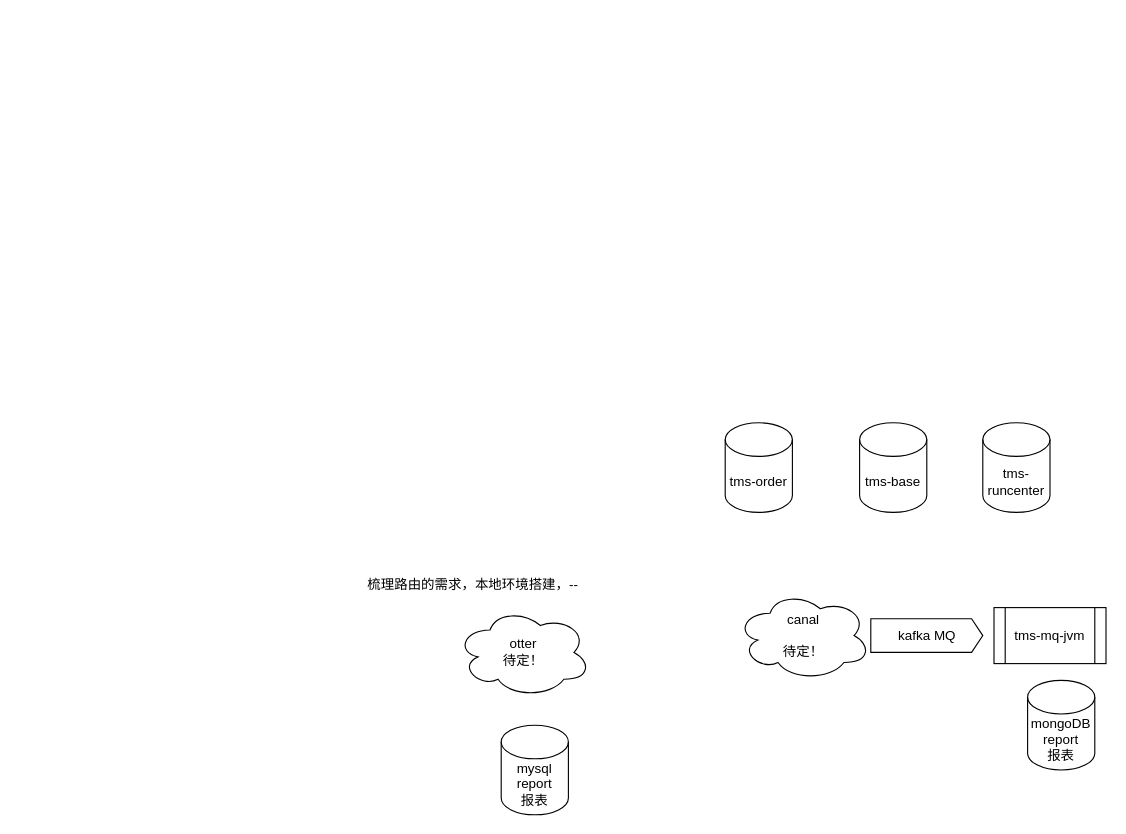
lawplus/diagrams keeps this draw.io diagram as page "文件 & 报表" (10 of 11) of TMS.drawio. Above is the earlier version. Source tidied: cells renumbered, new cells numbered last; positions are measured from the earlier drawing's top-left corner, leaving out a move shared by most shapes. Both pictures are drawn from the tidied source at 112%, with x=0, y=0 at pixel (333, 422).
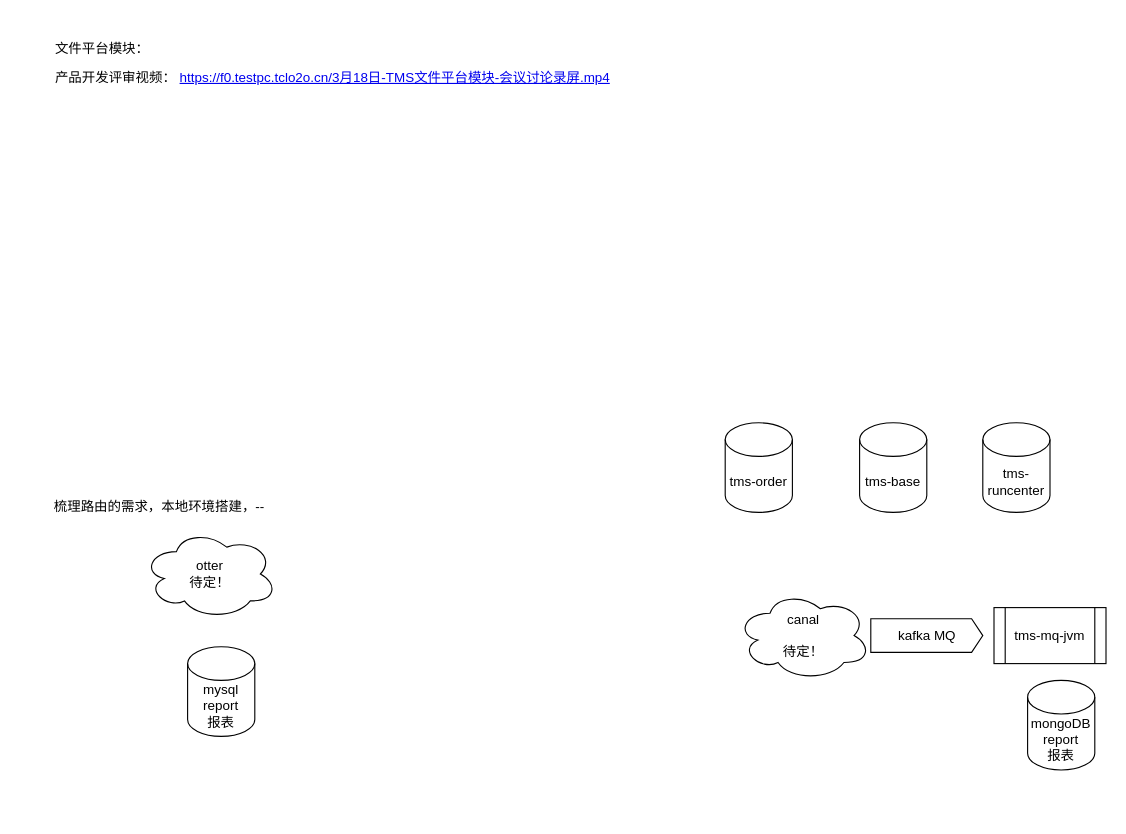
The same diagram, later.

Change to the diagram source:
```diff
@@
 <mxGraphModel>
   <root>
     <mxCell id="0" />
     <mxCell id="1" parent="0" />
     <mxCell id="2" value="tms-order" style="shape=cylinder3;whiteSpace=wrap;html=1;boundedLbl=1;backgroundOutline=1;size=15;" parent="1" vertex="1">
       <mxGeometry x="350" width="60" height="80" as="geometry" />
     </mxCell>
     <mxCell id="3" value="tms-runcenter" style="shape=cylinder3;whiteSpace=wrap;html=1;boundedLbl=1;backgroundOutline=1;size=15;" parent="1" vertex="1">
       <mxGeometry x="580" width="60" height="80" as="geometry" />
     </mxCell>
     <mxCell id="4" value="tms-base" style="shape=cylinder3;whiteSpace=wrap;html=1;boundedLbl=1;backgroundOutline=1;size=15;" parent="1" vertex="1">
       <mxGeometry x="470" width="60" height="80" as="geometry" />
     </mxCell>
     <mxCell id="5" value="mysql&lt;br&gt;report&lt;br&gt;报表" style="shape=cylinder3;whiteSpace=wrap;html=1;boundedLbl=1;backgroundOutline=1;size=15;" parent="1" vertex="1">
-      <mxGeometry x="150" y="270" width="60" height="80" as="geometry" />
+      <mxGeometry x="-130" y="200" width="60" height="80" as="geometry" />
     </mxCell>
     <mxCell id="6" value="canal&lt;br&gt;&lt;br&gt;待定！" style="ellipse;shape=cloud;whiteSpace=wrap;html=1;" parent="1" vertex="1">
       <mxGeometry x="360" y="150" width="120" height="80" as="geometry" />
     </mxCell>
     <mxCell id="7" value="tms-mq-jvm" style="shape=process;whiteSpace=wrap;html=1;backgroundOutline=1;" parent="1" vertex="1">
       <mxGeometry x="590" y="165" width="100" height="50" as="geometry" />
     </mxCell>
     <mxCell id="8" value="kafka MQ" style="html=1;shadow=0;dashed=0;align=center;verticalAlign=middle;shape=mxgraph.arrows2.arrow;dy=0;dx=10;notch=0;" parent="1" vertex="1">
       <mxGeometry x="480" y="175" width="100" height="30" as="geometry" />
     </mxCell>
     <mxCell id="9" value="梳理路由的需求，本地环境搭建，--" style="text;html=1;strokeColor=none;fillColor=none;align=center;verticalAlign=middle;whiteSpace=wrap;rounded=0;" parent="1" vertex="1">
-      <mxGeometry y="130" width="250" height="30" as="geometry" />
+      <mxGeometry x="-280" y="60" width="250" height="30" as="geometry" />
     </mxCell>
     <mxCell id="10" value="mongoDB&lt;br&gt;report&lt;br&gt;报表" style="shape=cylinder3;whiteSpace=wrap;html=1;boundedLbl=1;backgroundOutline=1;size=15;" parent="1" vertex="1">
       <mxGeometry x="620" y="230" width="60" height="80" as="geometry" />
     </mxCell>
     <mxCell id="11" value="otter&lt;br&gt;待定！" style="ellipse;shape=cloud;whiteSpace=wrap;html=1;" parent="1" vertex="1">
-      <mxGeometry x="110" y="165" width="120" height="80" as="geometry" />
+      <mxGeometry x="-170" y="95" width="120" height="80" as="geometry" />
     </mxCell>
+    <mxCell id="12" value="&lt;p&gt;文件平台模块：&lt;/p&gt;&lt;p&gt;产品开发评审视频：&amp;nbsp;&lt;a href=&quot;https://f0.testpc.tclo2o.cn/3%E6%9C%8818%E6%97%A5-TMS%E6%96%87%E4%BB%B6%E5%B9%B3%E5%8F%B0%E6%A8%A1%E5%9D%97-%E4%BC%9A%E8%AE%AE%E8%AE%A8%E8%AE%BA%E5%BD%95%E5%B1%8F.mp4&quot;&gt;https://f0.testpc.tclo2o.cn/3月18日-TMS文件平台模块-会议讨论录屏.mp4&lt;/a&gt;&lt;/p&gt;" style="text;whiteSpace=wrap;html=1;" parent="1" vertex="1">
+      <mxGeometry x="-250" y="-360" width="520" height="50" as="geometry" />
+    </mxCell>
   </root>
 </mxGraphModel>
```
